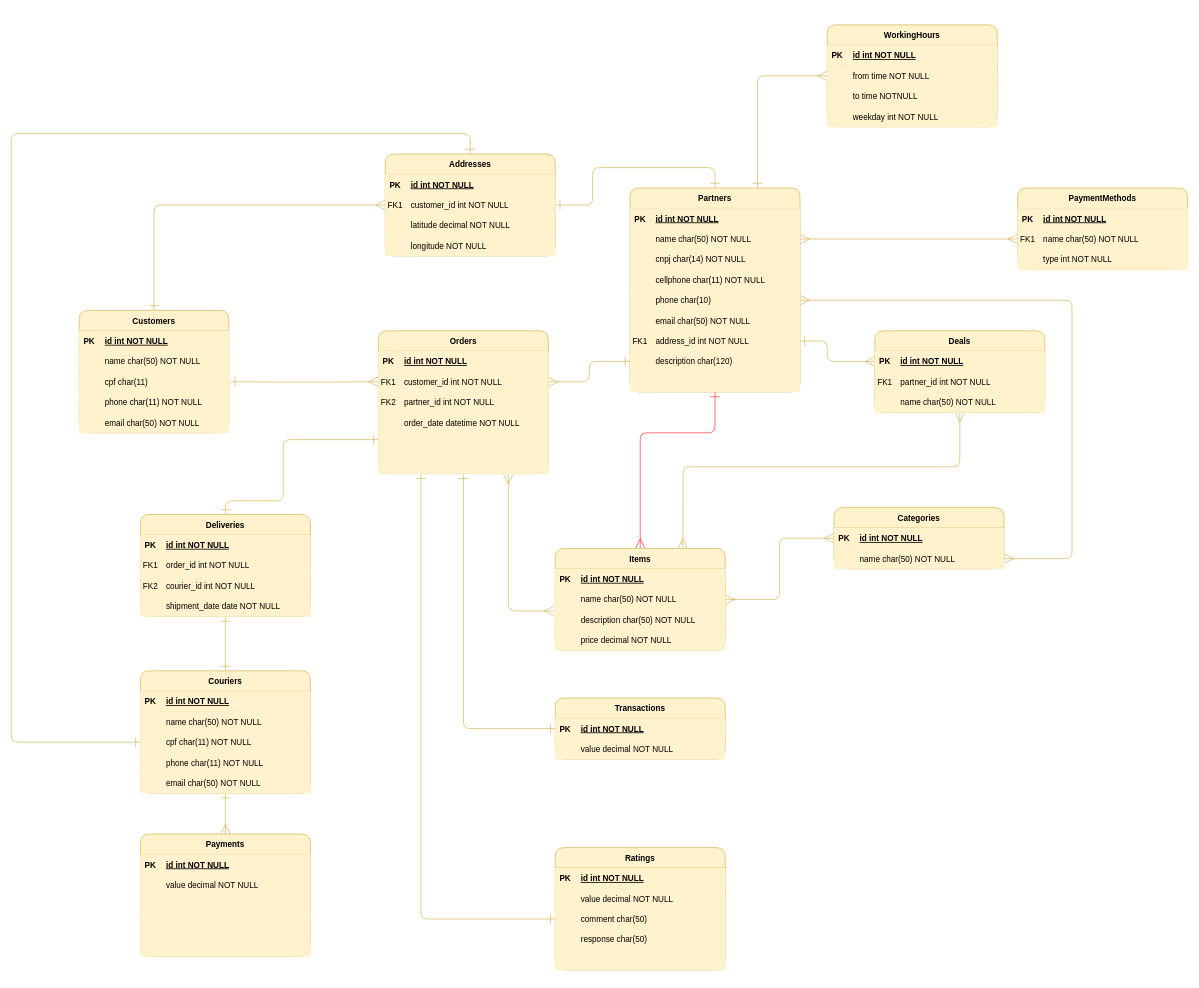
Before: Entrega.drawio in digital-heroes/vigilant-dollop, a draw.io diagram. Source tidied: cells renumbered, new cells numbered last; positions are measured from the earlier drawing's top-left corner, leaving out a move shared by most shapes. Both pictures are drawn from the tidied source at 68%, with x=0, y=0 at pixel (11, 24).
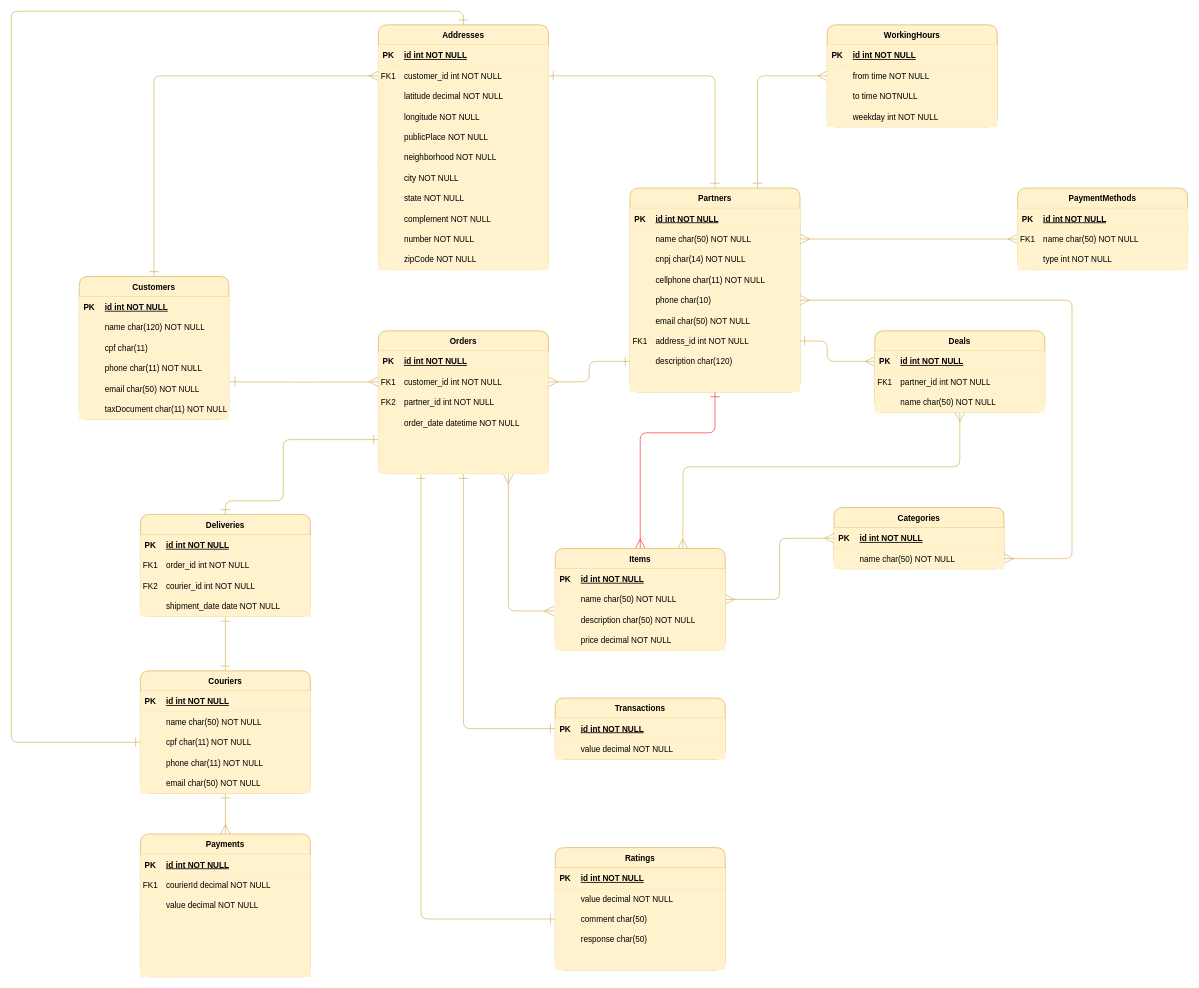
Above is the later version.

Unchanged cells that the change refers to:
```xml
<mxCell id="60" style="shape=partialRectangle;fillColor=#fff2cc;top=0;left=0;right=0;bottom=0;labelBorderColor=none;rounded=1;strokeColor=#d6b656;" parent="56" vertex="1">
  <mxGeometry y="60" width="220" height="30" as="geometry" />
</mxCell>
<mxCell id="80" style="shape=partialRectangle;fillColor=#fff2cc;points=[[0,0.5],[1,0.5]];portConstraint=eastwest;top=0;left=0;right=0;bottom=0;labelBorderColor=none;rounded=1;strokeColor=#d6b656;" parent="73" vertex="1">
  <mxGeometry y="90" width="250" height="30" as="geometry" />
</mxCell>
<mxCell id="158" style="shape=partialRectangle;fillColor=#fff2cc;top=0;left=0;right=0;bottom=0;labelBorderColor=none;rounded=1;strokeColor=#d6b656;" parent="154" vertex="1">
  <mxGeometry y="60" width="250" height="30" as="geometry" />
</mxCell>
```

The edit, as a diff of the source:
```diff
@@
     <mxCell id="56" value="Customers" style="shape=table;startSize=30;childLayout=tableLayout;rowLines=0;fontStyle=1;align=center;labelBorderColor=none;rounded=1;fillColor=#fff2cc;strokeColor=#d6b656;" parent="1" vertex="1">
-      <mxGeometry x="100" y="420" width="220" height="180" as="geometry" />
+      <mxGeometry x="100" y="370" width="220" height="210" as="geometry" />
     </mxCell>
@@
-    <mxCell id="62" value="name char(50) NOT NULL" style="shape=partialRectangle;overflow=hidden;fillColor=#fff2cc;top=0;left=0;bottom=0;right=0;align=left;spacingLeft=6;labelBorderColor=none;rounded=1;strokeColor=#d6b656;" parent="60" vertex="1">
+    <mxCell id="62" value="name char(120) NOT NULL" style="shape=partialRectangle;overflow=hidden;fillColor=#fff2cc;top=0;left=0;bottom=0;right=0;align=left;spacingLeft=6;labelBorderColor=none;rounded=1;strokeColor=#d6b656;" parent="60" vertex="1">
       <mxGeometry x="30" width="190" height="30" as="geometry" />
     </mxCell>
@@
+    <mxCell id="217" style="shape=partialRectangle;fillColor=#fff2cc;top=0;left=0;right=0;bottom=0;labelBorderColor=none;rounded=1;strokeColor=#d6b656;" parent="56" vertex="1">
+      <mxGeometry y="180" width="220" height="30" as="geometry" />
+    </mxCell>
+    <mxCell id="218" style="shape=partialRectangle;overflow=hidden;fillColor=#fff2cc;top=0;left=0;bottom=0;right=0;labelBorderColor=none;rounded=1;strokeColor=#d6b656;" parent="217" vertex="1">
+      <mxGeometry width="30" height="30" as="geometry" />
+    </mxCell>
+    <mxCell id="219" value="taxDocument char(11) NOT NULL" style="shape=partialRectangle;overflow=hidden;fillColor=#fff2cc;top=0;left=0;bottom=0;right=0;align=left;spacingLeft=6;labelBorderColor=none;rounded=1;strokeColor=#d6b656;" parent="217" vertex="1">
+      <mxGeometry x="30" width="190" height="30" as="geometry" />
+    </mxCell>
@@
     <mxCell id="89" value="Addresses" style="shape=table;startSize=30;childLayout=tableLayout;rowLines=0;fontStyle=1;align=center;labelBorderColor=none;rounded=1;fillColor=#fff2cc;strokeColor=#d6b656;" parent="1" vertex="1">
-      <mxGeometry x="550" y="190" width="250" height="150" as="geometry" />
+      <mxGeometry x="540" width="250" height="360" as="geometry" />
     </mxCell>
@@
+    <mxCell id="220" style="shape=partialRectangle;fillColor=#fff2cc;top=0;left=0;right=0;bottom=0;labelBorderColor=none;rounded=1;strokeColor=#d6b656;" parent="89" vertex="1">
+      <mxGeometry y="150" width="250" height="30" as="geometry" />
+    </mxCell>
+    <mxCell id="221" style="shape=partialRectangle;overflow=hidden;fillColor=#fff2cc;top=0;left=0;bottom=0;right=0;labelBorderColor=none;rounded=1;strokeColor=#d6b656;" parent="220" vertex="1">
+      <mxGeometry width="30" height="30" as="geometry" />
+    </mxCell>
+    <mxCell id="222" value="publicPlace NOT NULL" style="shape=partialRectangle;overflow=hidden;fillColor=#fff2cc;top=0;left=0;bottom=0;right=0;align=left;spacingLeft=6;labelBorderColor=none;rounded=1;strokeColor=#d6b656;" parent="220" vertex="1">
+      <mxGeometry x="30" width="220" height="30" as="geometry" />
+    </mxCell>
+    <mxCell id="223" style="shape=partialRectangle;fillColor=#fff2cc;top=0;left=0;right=0;bottom=0;labelBorderColor=none;rounded=1;strokeColor=#d6b656;" parent="89" vertex="1">
+      <mxGeometry y="180" width="250" height="30" as="geometry" />
+    </mxCell>
+    <mxCell id="224" style="shape=partialRectangle;overflow=hidden;fillColor=#fff2cc;top=0;left=0;bottom=0;right=0;labelBorderColor=none;rounded=1;strokeColor=#d6b656;" parent="223" vertex="1">
+      <mxGeometry width="30" height="30" as="geometry" />
+    </mxCell>
+    <mxCell id="225" value="neighborhood NOT NULL" style="shape=partialRectangle;overflow=hidden;fillColor=#fff2cc;top=0;left=0;bottom=0;right=0;align=left;spacingLeft=6;labelBorderColor=none;rounded=1;strokeColor=#d6b656;" parent="223" vertex="1">
+      <mxGeometry x="30" width="220" height="30" as="geometry" />
+    </mxCell>
+    <mxCell id="226" style="shape=partialRectangle;fillColor=#fff2cc;top=0;left=0;right=0;bottom=0;labelBorderColor=none;rounded=1;strokeColor=#d6b656;" parent="89" vertex="1">
+      <mxGeometry y="210" width="250" height="30" as="geometry" />
+    </mxCell>
+    <mxCell id="227" style="shape=partialRectangle;overflow=hidden;fillColor=#fff2cc;top=0;left=0;bottom=0;right=0;labelBorderColor=none;rounded=1;strokeColor=#d6b656;" parent="226" vertex="1">
+      <mxGeometry width="30" height="30" as="geometry" />
+    </mxCell>
+    <mxCell id="228" value="city NOT NULL" style="shape=partialRectangle;overflow=hidden;fillColor=#fff2cc;top=0;left=0;bottom=0;right=0;align=left;spacingLeft=6;labelBorderColor=none;rounded=1;strokeColor=#d6b656;" parent="226" vertex="1">
+      <mxGeometry x="30" width="220" height="30" as="geometry" />
+    </mxCell>
+    <mxCell id="229" style="shape=partialRectangle;fillColor=#fff2cc;top=0;left=0;right=0;bottom=0;labelBorderColor=none;rounded=1;strokeColor=#d6b656;" parent="89" vertex="1">
+      <mxGeometry y="240" width="250" height="30" as="geometry" />
+    </mxCell>
+    <mxCell id="230" style="shape=partialRectangle;overflow=hidden;fillColor=#fff2cc;top=0;left=0;bottom=0;right=0;labelBorderColor=none;rounded=1;strokeColor=#d6b656;" parent="229" vertex="1">
+      <mxGeometry width="30" height="30" as="geometry" />
+    </mxCell>
+    <mxCell id="231" value="state NOT NULL" style="shape=partialRectangle;overflow=hidden;fillColor=#fff2cc;top=0;left=0;bottom=0;right=0;align=left;spacingLeft=6;labelBorderColor=none;rounded=1;strokeColor=#d6b656;" parent="229" vertex="1">
+      <mxGeometry x="30" width="220" height="30" as="geometry" />
+    </mxCell>
+    <mxCell id="232" style="shape=partialRectangle;fillColor=#fff2cc;top=0;left=0;right=0;bottom=0;labelBorderColor=none;rounded=1;strokeColor=#d6b656;" parent="89" vertex="1">
+      <mxGeometry y="270" width="250" height="30" as="geometry" />
+    </mxCell>
+    <mxCell id="233" style="shape=partialRectangle;overflow=hidden;fillColor=#fff2cc;top=0;left=0;bottom=0;right=0;labelBorderColor=none;rounded=1;strokeColor=#d6b656;" parent="232" vertex="1">
+      <mxGeometry width="30" height="30" as="geometry" />
+    </mxCell>
+    <mxCell id="234" value="complement NOT NULL" style="shape=partialRectangle;overflow=hidden;fillColor=#fff2cc;top=0;left=0;bottom=0;right=0;align=left;spacingLeft=6;labelBorderColor=none;rounded=1;strokeColor=#d6b656;" parent="232" vertex="1">
+      <mxGeometry x="30" width="220" height="30" as="geometry" />
+    </mxCell>
+    <mxCell id="235" style="shape=partialRectangle;fillColor=#fff2cc;top=0;left=0;right=0;bottom=0;labelBorderColor=none;rounded=1;strokeColor=#d6b656;" parent="89" vertex="1">
+      <mxGeometry y="300" width="250" height="30" as="geometry" />
+    </mxCell>
+    <mxCell id="236" style="shape=partialRectangle;overflow=hidden;fillColor=#fff2cc;top=0;left=0;bottom=0;right=0;labelBorderColor=none;rounded=1;strokeColor=#d6b656;" parent="235" vertex="1">
+      <mxGeometry width="30" height="30" as="geometry" />
+    </mxCell>
+    <mxCell id="237" value="number NOT NULL" style="shape=partialRectangle;overflow=hidden;fillColor=#fff2cc;top=0;left=0;bottom=0;right=0;align=left;spacingLeft=6;labelBorderColor=none;rounded=1;strokeColor=#d6b656;" parent="235" vertex="1">
+      <mxGeometry x="30" width="220" height="30" as="geometry" />
+    </mxCell>
+    <mxCell id="238" style="shape=partialRectangle;fillColor=#fff2cc;top=0;left=0;right=0;bottom=0;labelBorderColor=none;rounded=1;strokeColor=#d6b656;" parent="89" vertex="1">
+      <mxGeometry y="330" width="250" height="30" as="geometry" />
+    </mxCell>
+    <mxCell id="239" style="shape=partialRectangle;overflow=hidden;fillColor=#fff2cc;top=0;left=0;bottom=0;right=0;labelBorderColor=none;rounded=1;strokeColor=#d6b656;" parent="238" vertex="1">
+      <mxGeometry width="30" height="30" as="geometry" />
+    </mxCell>
+    <mxCell id="240" value="zipCode NOT NULL" style="shape=partialRectangle;overflow=hidden;fillColor=#fff2cc;top=0;left=0;bottom=0;right=0;align=left;spacingLeft=6;labelBorderColor=none;rounded=1;strokeColor=#d6b656;" parent="238" vertex="1">
+      <mxGeometry x="30" width="220" height="30" as="geometry" />
+    </mxCell>
@@
     <mxCell id="110" style="edgeStyle=orthogonalEdgeStyle;rounded=1;jettySize=auto;html=1;exitX=0;exitY=0.5;exitDx=0;exitDy=0;startArrow=ERone;startFill=0;startSize=12;endArrow=ERone;endFill=0;endSize=12;entryX=0.5;entryY=0;entryDx=0;entryDy=0;fillColor=#fff2cc;strokeColor=#d6b656;" parent="1" edge="1" source="80" target="89">
       <mxGeometry relative="1" as="geometry">
         <Array as="points">
           <mxPoint y="1055" />
-          <mxPoint y="160" />
-          <mxPoint x="675" y="160" />
+          <mxPoint y="-20" />
+          <mxPoint x="665" y="-20" />
         </Array>
       </mxGeometry>
     </mxCell>
@@
     <mxCell id="154" value="Payments" style="shape=table;startSize=30;childLayout=tableLayout;rowLines=0;fontStyle=1;align=center;labelBorderColor=none;rounded=1;fillColor=#fff2cc;strokeColor=#d6b656;" parent="1" vertex="1">
-      <mxGeometry x="190" y="1190" width="250" height="180" as="geometry" />
+      <mxGeometry x="190" y="1190" width="250" height="210" as="geometry" />
     </mxCell>
@@
-    <mxCell id="159" style="shape=partialRectangle;overflow=hidden;fillColor=#fff2cc;top=0;left=0;bottom=0;right=0;labelBorderColor=none;rounded=1;strokeColor=#d6b656;" parent="158" vertex="1">
+    <mxCell id="159" value="FK1" style="shape=partialRectangle;overflow=hidden;fillColor=#fff2cc;top=0;left=0;bottom=0;right=0;labelBorderColor=none;rounded=1;strokeColor=#d6b656;" parent="158" vertex="1">
       <mxGeometry width="30" height="30" as="geometry" />
     </mxCell>
-    <mxCell id="160" value="value decimal NOT NULL" style="shape=partialRectangle;overflow=hidden;fillColor=#fff2cc;top=0;left=0;bottom=0;right=0;align=left;spacingLeft=6;labelBorderColor=none;rounded=1;strokeColor=#d6b656;" parent="158" vertex="1">
+    <mxCell id="160" value="courierId decimal NOT NULL" style="shape=partialRectangle;overflow=hidden;fillColor=#fff2cc;top=0;left=0;bottom=0;right=0;align=left;spacingLeft=6;labelBorderColor=none;rounded=1;strokeColor=#d6b656;" parent="158" vertex="1">
       <mxGeometry x="30" width="220" height="30" as="geometry" />
     </mxCell>
+    <mxCell id="241" style="shape=partialRectangle;fillColor=#fff2cc;top=0;left=0;right=0;bottom=0;labelBorderColor=none;rounded=1;strokeColor=#d6b656;" parent="154" vertex="1">
+      <mxGeometry y="90" width="250" height="30" as="geometry" />
+    </mxCell>
+    <mxCell id="242" style="shape=partialRectangle;overflow=hidden;fillColor=#fff2cc;top=0;left=0;bottom=0;right=0;labelBorderColor=none;rounded=1;strokeColor=#d6b656;" parent="241" vertex="1">
+      <mxGeometry width="30" height="30" as="geometry" />
+    </mxCell>
+    <mxCell id="243" value="value decimal NOT NULL" style="shape=partialRectangle;overflow=hidden;fillColor=#fff2cc;top=0;left=0;bottom=0;right=0;align=left;spacingLeft=6;labelBorderColor=none;rounded=1;strokeColor=#d6b656;" parent="241" vertex="1">
+      <mxGeometry x="30" width="220" height="30" as="geometry" />
+    </mxCell>
+    <mxCell id="167" style="shape=partialRectangle;fillColor=#fff2cc;top=0;left=0;right=0;bottom=0;labelBorderColor=none;rounded=1;strokeColor=#d6b656;" parent="154" vertex="1">
+      <mxGeometry y="120" width="250" height="30" as="geometry" />
+    </mxCell>
+    <mxCell id="168" style="shape=partialRectangle;overflow=hidden;fillColor=#fff2cc;top=0;left=0;bottom=0;right=0;labelBorderColor=none;rounded=1;strokeColor=#d6b656;" parent="167" vertex="1">
+      <mxGeometry width="30" height="30" as="geometry" />
+    </mxCell>
+    <mxCell id="169" style="shape=partialRectangle;overflow=hidden;fillColor=#fff2cc;top=0;left=0;bottom=0;right=0;align=left;spacingLeft=6;labelBorderColor=none;rounded=1;strokeColor=#d6b656;" parent="167" vertex="1">
+      <mxGeometry x="30" width="220" height="30" as="geometry" />
+    </mxCell>
     <mxCell id="161" style="shape=partialRectangle;fillColor=#fff2cc;top=0;left=0;right=0;bottom=0;labelBorderColor=none;rounded=1;strokeColor=#d6b656;" parent="154" vertex="1">
-      <mxGeometry y="90" width="250" height="30" as="geometry" />
+      <mxGeometry y="150" width="250" height="30" as="geometry" />
     </mxCell>
@@
     <mxCell id="164" style="shape=partialRectangle;fillColor=#fff2cc;top=0;left=0;right=0;bottom=0;labelBorderColor=none;rounded=1;strokeColor=#d6b656;" parent="154" vertex="1">
-      <mxGeometry y="120" width="250" height="30" as="geometry" />
+      <mxGeometry y="180" width="250" height="30" as="geometry" />
     </mxCell>
@@
-    <mxCell id="167" style="shape=partialRectangle;fillColor=#fff2cc;top=0;left=0;right=0;bottom=0;labelBorderColor=none;rounded=1;strokeColor=#d6b656;" parent="154" vertex="1">
-      <mxGeometry y="150" width="250" height="30" as="geometry" />
-    </mxCell>
-    <mxCell id="168" style="shape=partialRectangle;overflow=hidden;fillColor=#fff2cc;top=0;left=0;bottom=0;right=0;labelBorderColor=none;rounded=1;strokeColor=#d6b656;" parent="167" vertex="1">
-      <mxGeometry width="30" height="30" as="geometry" />
-    </mxCell>
-    <mxCell id="169" style="shape=partialRectangle;overflow=hidden;fillColor=#fff2cc;top=0;left=0;bottom=0;right=0;align=left;spacingLeft=6;labelBorderColor=none;rounded=1;strokeColor=#d6b656;" parent="167" vertex="1">
-      <mxGeometry x="30" width="220" height="30" as="geometry" />
-    </mxCell>
```
